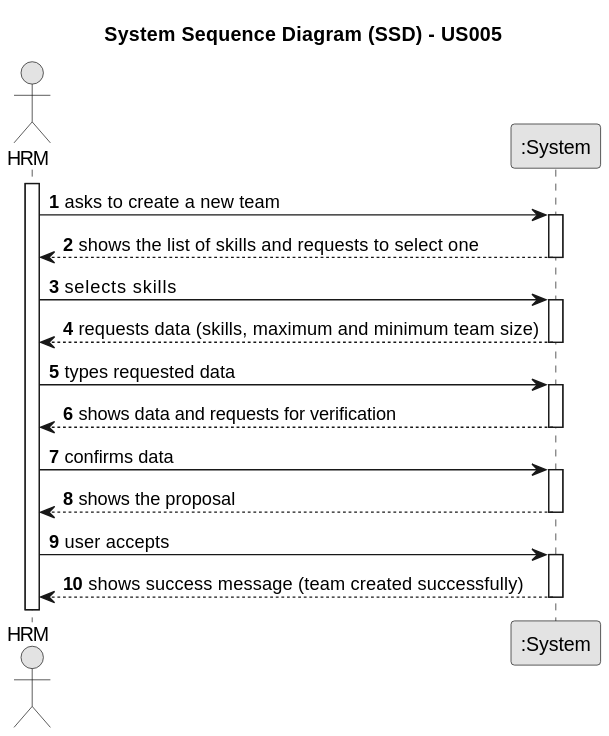
Before: docs/sprintB/us005/01.requirements-engineering/svg/us005-system-sequence-diagram-alternative-one.svg, a diagram exported from PlantUML (ricardomm7/leaflink). Its diagram source:
```plantuml
@startuml
skinparam monochrome true
skinparam packageStyle rectangle
skinparam shadowing false

title System Sequence Diagram (SSD) - US005

autonumber

actor "HRM" as HRM
participant ":System" as System

activate HRM

    HRM -> System : asks to create a new team
    activate System

        System --> HRM : shows the list of skills and requests to select one
        deactivate System

    HRM -> System : selects  skills
    activate System

        System --> HRM : requests data (skills, maximum and minimum team size)
    deactivate System

    HRM -> System : types requested data
    activate System

    System --> HRM : shows data and requests for verification
    deactivate System

        HRM -> System : confirms data
        activate System

        System --> HRM : shows the proposal
    deactivate System

    HRM -> System : user accepts
    activate System

        System --> HRM : shows success message (team created successfully)
    deactivate System
@enduml
```
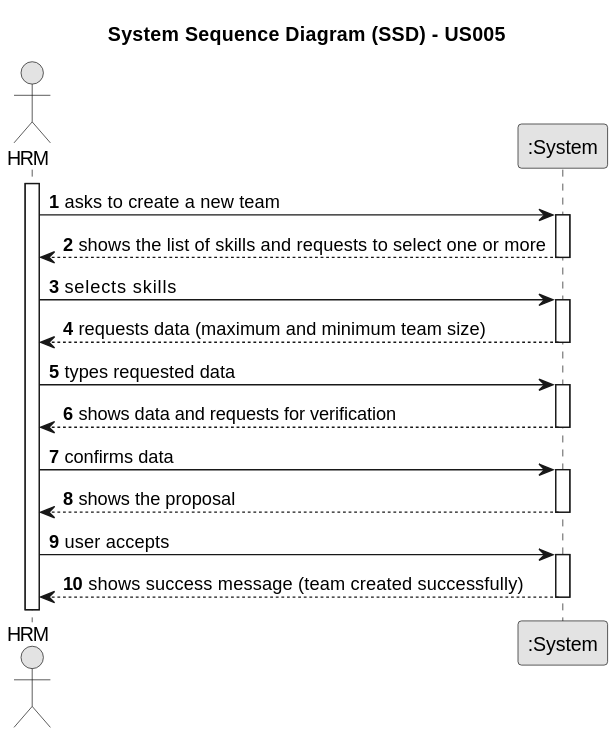
After the change.

Change to the diagram source:
```diff
@@ -15,13 +15,13 @@
     HRM -> System : asks to create a new team
     activate System
 
-        System --> HRM : shows the list of skills and requests to select one
+        System --> HRM : shows the list of skills and requests to select one or more
         deactivate System
 
     HRM -> System : selects  skills
     activate System
 
-        System --> HRM : requests data (skills, maximum and minimum team size)
+        System --> HRM : requests data (maximum and minimum team size)
     deactivate System
 
     HRM -> System : types requested data
```
